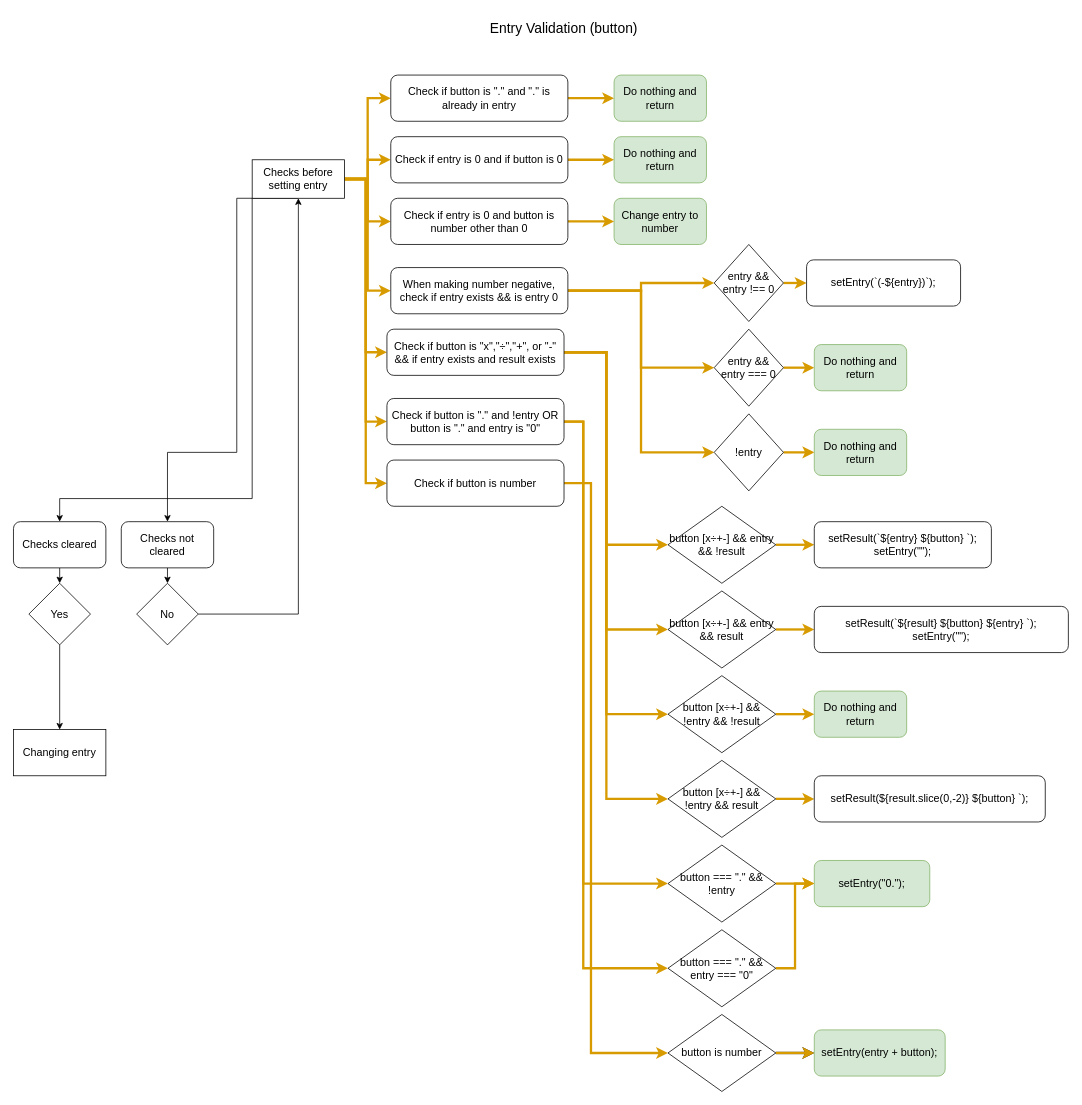
Earlier version of the draw.io diagram Reactive-Calculator-Diagram.drawio (Joeseff6/Reactive-Calculator). Source tidied: cells renumbered, new cells numbered last; positions are measured from the earlier drawing's top-left corner, leaving out a move shared by most shapes. Both pictures are drawn from the tidied source at 77%, with x=0, y=0 at pixel (13, 13).
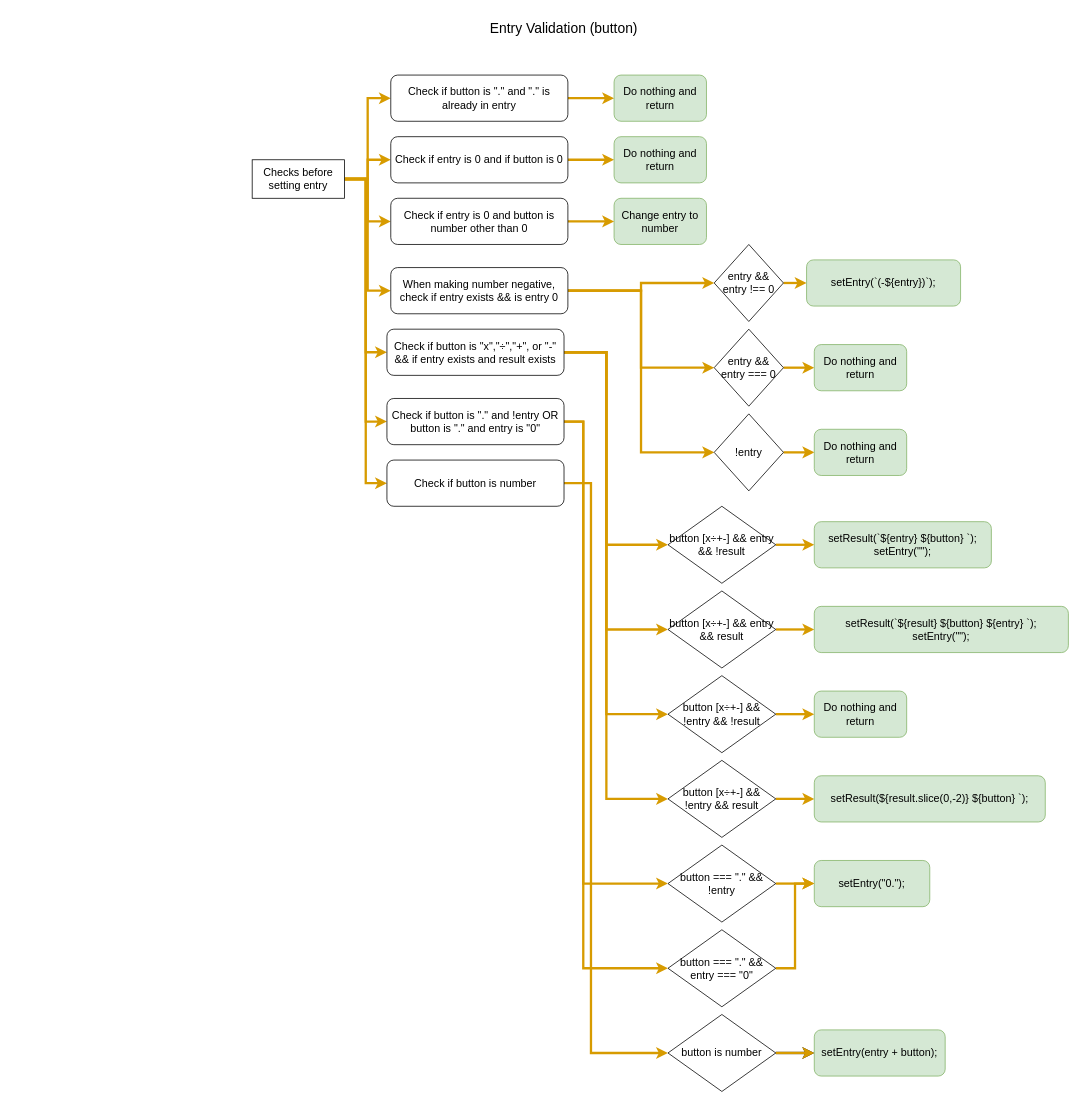
The same page after the edit.

The change refers to these unchanged cells:
```xml
<mxCell id="12" value="Checks before setting entry" style="rounded=0;whiteSpace=wrap;html=1;fontSize=14;" parent="1" vertex="1">
  <mxGeometry x="310" y="190" width="120" height="50" as="geometry" />
</mxCell>
```

Change to the diagram source:
```diff
@@
-    <mxCell id="7" style="edgeStyle=orthogonalEdgeStyle;rounded=0;jettySize=auto;html=1;entryX=0.5;entryY=0;entryDx=0;entryDy=0;fontSize=14;" parent="1" edge="1" source="12" target="36">
-      <mxGeometry relative="1" as="geometry">
-        <Array as="points">
-          <mxPoint x="310" y="630" />
-          <mxPoint x="60" y="630" />
-        </Array>
-      </mxGeometry>
-    </mxCell>
-    <mxCell id="8" style="edgeStyle=orthogonalEdgeStyle;rounded=0;jettySize=auto;html=1;exitX=0.5;exitY=1;exitDx=0;exitDy=0;entryX=0.5;entryY=0;entryDx=0;entryDy=0;fontSize=14;" parent="1" edge="1" source="12" target="38">
-      <mxGeometry relative="1" as="geometry">
-        <Array as="points">
-          <mxPoint x="290" y="240" />
-          <mxPoint x="290" y="570" />
-          <mxPoint x="200" y="570" />
-        </Array>
-      </mxGeometry>
-    </mxCell>
@@
-    <mxCell id="30" value="setEntry(`(-${entry})`);" style="rounded=1;whiteSpace=wrap;html=1;fontSize=14;" parent="1" vertex="1">
+    <mxCell id="30" value="setEntry(`(-${entry})`);" style="rounded=1;whiteSpace=wrap;html=1;fontSize=14;fillColor=#d5e8d4;strokeColor=#82b366;" parent="1" vertex="1">
       <mxGeometry x="1030" y="320" width="200" height="60" as="geometry" />
     </mxCell>
@@
-    <mxCell id="35" style="edgeStyle=orthogonalEdgeStyle;rounded=0;jettySize=auto;html=1;exitX=0.5;exitY=1;exitDx=0;exitDy=0;entryX=0.5;entryY=0;entryDx=0;entryDy=0;fontSize=14;" parent="1" edge="1" source="36" target="40">
-      <mxGeometry relative="1" as="geometry" />
-    </mxCell>
-    <mxCell id="36" value="Checks cleared" style="rounded=1;whiteSpace=wrap;html=1;fontSize=14;" parent="1" vertex="1">
-      <mxGeometry y="660" width="120" height="60" as="geometry" />
-    </mxCell>
-    <mxCell id="37" style="edgeStyle=orthogonalEdgeStyle;rounded=0;jettySize=auto;html=1;exitX=0.5;exitY=1;exitDx=0;exitDy=0;entryX=0.5;entryY=0;entryDx=0;entryDy=0;fontSize=14;" parent="1" edge="1" source="38" target="42">
-      <mxGeometry relative="1" as="geometry" />
-    </mxCell>
-    <mxCell id="38" value="Checks not cleared" style="rounded=1;whiteSpace=wrap;html=1;fontSize=14;" parent="1" vertex="1">
-      <mxGeometry x="140" y="660" width="120" height="60" as="geometry" />
-    </mxCell>
-    <mxCell id="39" style="edgeStyle=orthogonalEdgeStyle;rounded=0;jettySize=auto;html=1;exitX=0.5;exitY=1;exitDx=0;exitDy=0;entryX=0.5;entryY=0;entryDx=0;entryDy=0;fontSize=14;" parent="1" edge="1" source="40" target="43">
-      <mxGeometry relative="1" as="geometry" />
-    </mxCell>
-    <mxCell id="40" value="Yes" style="rhombus;whiteSpace=wrap;html=1;fontSize=14;" parent="1" vertex="1">
-      <mxGeometry x="20" y="740" width="80" height="80" as="geometry" />
-    </mxCell>
-    <mxCell id="41" style="edgeStyle=orthogonalEdgeStyle;rounded=0;jettySize=auto;html=1;exitX=1;exitY=0.5;exitDx=0;exitDy=0;entryX=0.5;entryY=1;entryDx=0;entryDy=0;fontSize=14;strokeWidth=1;" parent="1" edge="1" source="42" target="12">
-      <mxGeometry relative="1" as="geometry" />
-    </mxCell>
-    <mxCell id="42" value="No" style="rhombus;whiteSpace=wrap;html=1;fontSize=14;" parent="1" vertex="1">
-      <mxGeometry x="160" y="740" width="80" height="80" as="geometry" />
-    </mxCell>
-    <mxCell id="43" value="Changing entry" style="rounded=0;whiteSpace=wrap;html=1;fontSize=14;" parent="1" vertex="1">
-      <mxGeometry y="930" width="120" height="60" as="geometry" />
-    </mxCell>
@@
-    <mxCell id="51" value="setResult(`${entry} ${button} `);&lt;br&gt;setEntry(&quot;&quot;);" style="rounded=1;whiteSpace=wrap;html=1;fontSize=14;" parent="1" vertex="1">
+    <mxCell id="51" value="setResult(`${entry} ${button} `);&lt;br&gt;setEntry(&quot;&quot;);" style="rounded=1;whiteSpace=wrap;html=1;fontSize=14;fillColor=#d5e8d4;strokeColor=#82b366;" parent="1" vertex="1">
       <mxGeometry x="1040" y="660" width="230" height="60" as="geometry" />
     </mxCell>
@@
-    <mxCell id="54" value="setResult(`${result} ${button} ${entry} `);&lt;br&gt;setEntry(&quot;&quot;);" style="rounded=1;whiteSpace=wrap;html=1;fontSize=14;" parent="1" vertex="1">
+    <mxCell id="54" value="setResult(`${result} ${button} ${entry} `);&lt;br&gt;setEntry(&quot;&quot;);" style="rounded=1;whiteSpace=wrap;html=1;fontSize=14;fillColor=#d5e8d4;strokeColor=#82b366;" parent="1" vertex="1">
       <mxGeometry x="1040" y="770" width="330" height="60" as="geometry" />
     </mxCell>
@@
-    <mxCell id="60" value="setResult(${result.slice(0,-2)} ${button} `);" style="rounded=1;whiteSpace=wrap;html=1;fontSize=14;" parent="1" vertex="1">
+    <mxCell id="60" value="setResult(${result.slice(0,-2)} ${button} `);" style="rounded=1;whiteSpace=wrap;html=1;fontSize=14;fillColor=#d5e8d4;strokeColor=#82b366;" parent="1" vertex="1">
       <mxGeometry x="1040" y="990" width="300" height="60" as="geometry" />
     </mxCell>
```
